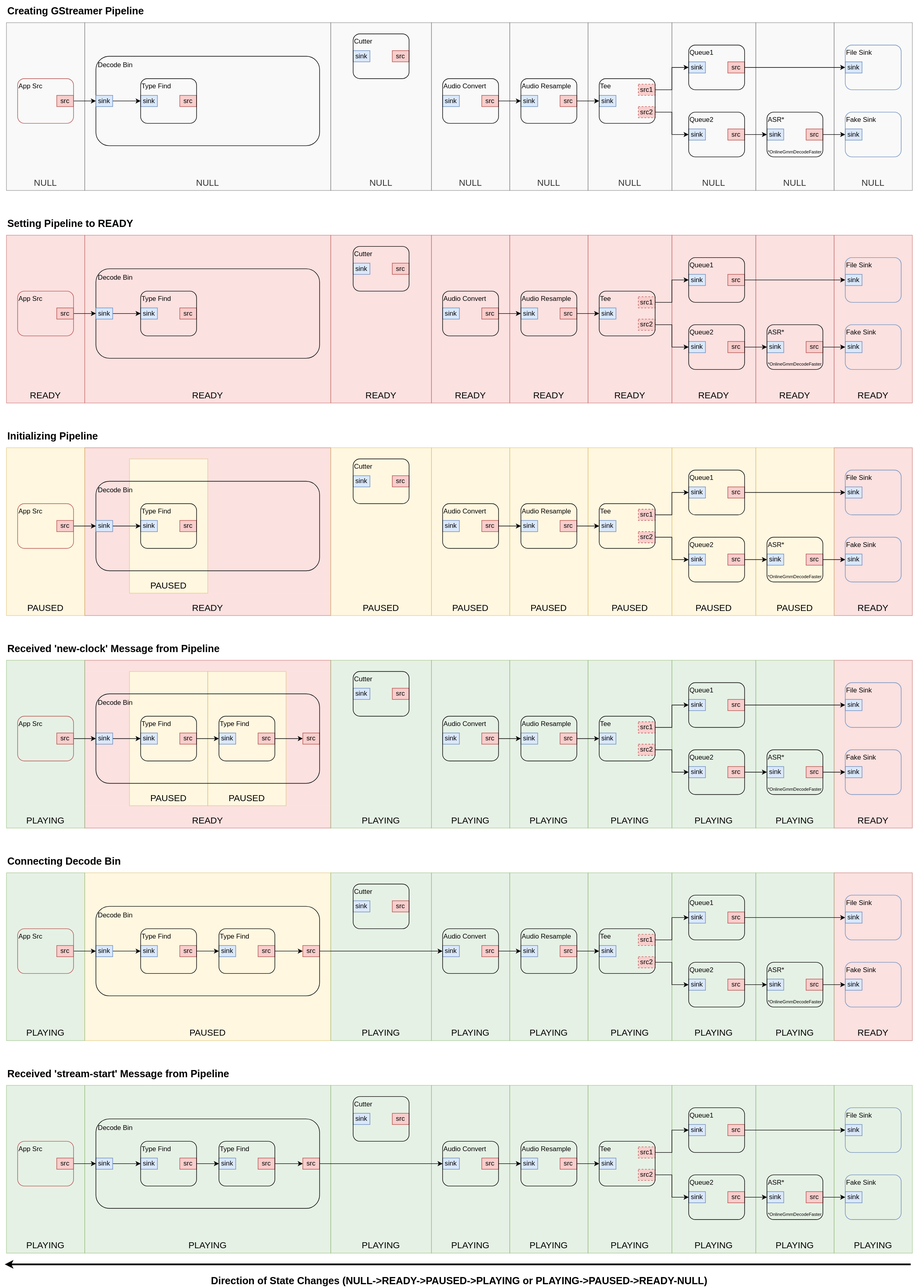
This is drawio/decoder-gst-pipeline-states.svg from alkazap/kaldi-gstreamer-server, a draw.io export, as it was before one commit. Source tidied: cells renumbered, new cells last; positions are measured from the earlier drawing's top-left corner, leaving out a move shared by most shapes.
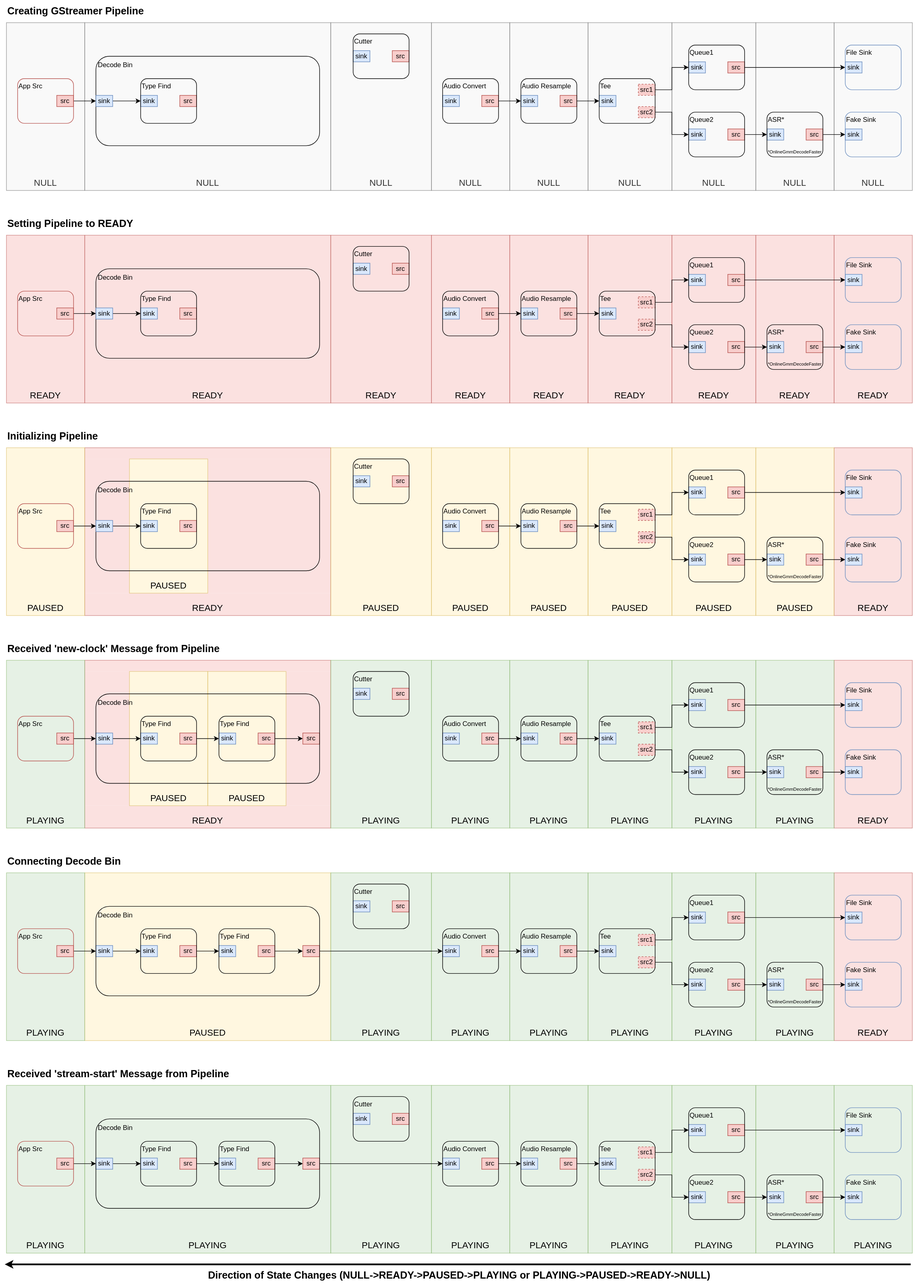
Later version of the same file.

Change to the diagram source:
```diff
@@ -1078,8 +1078,8 @@
         <mxPoint y="2260" as="targetPoint" />
       </mxGeometry>
     </mxCell>
-    <mxCell id="355" value="Direction of State Changes (NULL-&amp;gt;READY-&amp;gt;PAUSED-&amp;gt;PLAYING or PLAYING-&amp;gt;PAUSED-&amp;gt;READY-NULL)" style="text;html=1;strokeColor=none;fillColor=none;align=center;verticalAlign=middle;whiteSpace=wrap;rounded=0;opacity=30;fontStyle=1;fontSize=18;" parent="1" vertex="1">
-      <mxGeometry x="3" y="2280" width="1620" height="20" as="geometry" />
+    <mxCell id="355" value="Direction of State Changes (NULL-&amp;gt;READY-&amp;gt;PAUSED-&amp;gt;PLAYING or PLAYING-&amp;gt;PAUSED-&amp;gt;READY-&amp;gt;NULL)" style="text;html=1;strokeColor=none;fillColor=none;align=center;verticalAlign=middle;whiteSpace=wrap;rounded=0;opacity=30;fontStyle=1;fontSize=18;" parent="1" vertex="1">
+      <mxGeometry x="3" y="2260" width="1620" height="40" as="geometry" />
     </mxCell>
   </root>
 </mxGraphModel>
```
